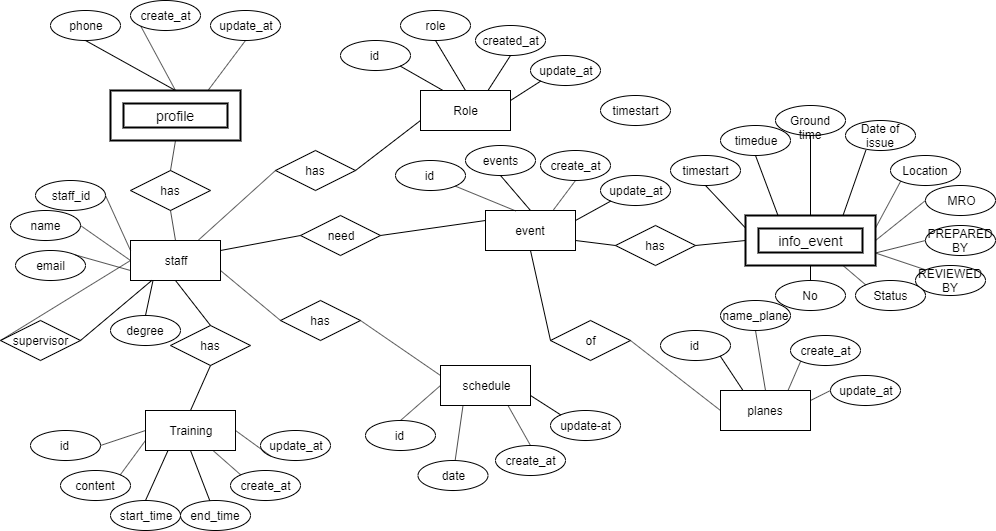
Tuan-Tran-Ngoc/serverApi keeps this draw.io diagram as document/ERD.png. Above is the earlier version. Source tidied: cells renumbered, new cells last; positions are measured from the earlier drawing's top-left corner, leaving out a move shared by most shapes.
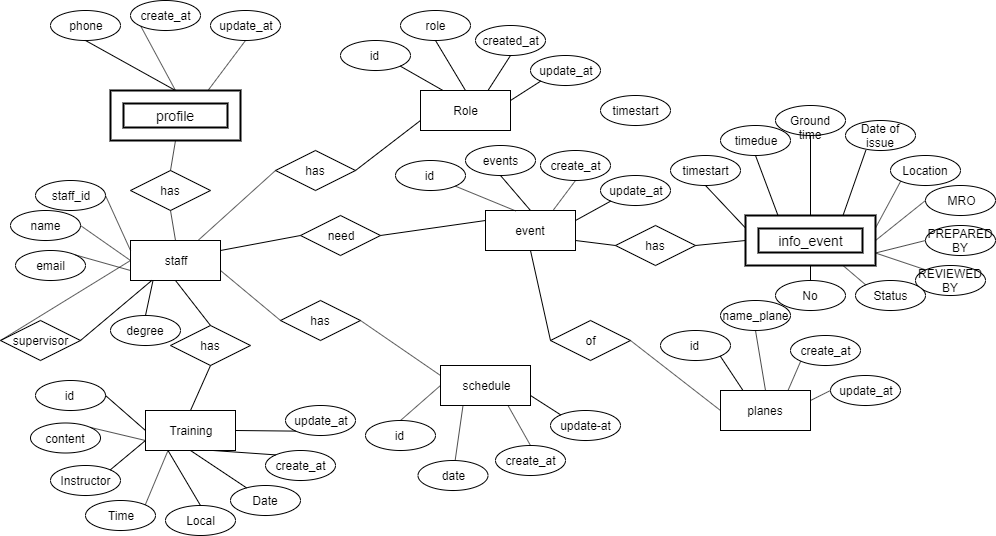
The same diagram one commit later.

The edit, as a diff of the source:
```diff
@@ -171,22 +171,22 @@
       <mxGeometry x="145" y="410" width="90" height="40" as="geometry" />
     </mxCell>
     <mxCell id="58" value="id&amp;nbsp;" style="ellipse;whiteSpace=wrap;html=1;" parent="1" vertex="1">
-      <mxGeometry x="30" y="430" width="70" height="30" as="geometry" />
+      <mxGeometry x="35" y="380" width="70" height="30" as="geometry" />
     </mxCell>
     <mxCell id="59" value="content" style="ellipse;whiteSpace=wrap;html=1;" parent="1" vertex="1">
-      <mxGeometry x="60" y="470" width="70" height="30" as="geometry" />
+      <mxGeometry x="30" y="422.5" width="70" height="30" as="geometry" />
     </mxCell>
     <mxCell id="60" value="create_at" style="ellipse;whiteSpace=wrap;html=1;" parent="1" vertex="1">
-      <mxGeometry x="230" y="470" width="70" height="30" as="geometry" />
+      <mxGeometry x="265" y="450" width="70" height="30" as="geometry" />
     </mxCell>
-    <mxCell id="61" value="end_time" style="ellipse;whiteSpace=wrap;html=1;" parent="1" vertex="1">
-      <mxGeometry x="180" y="500" width="70" height="30" as="geometry" />
+    <mxCell id="61" value="Date" style="ellipse;whiteSpace=wrap;html=1;" parent="1" vertex="1">
+      <mxGeometry x="230" y="485" width="70" height="30" as="geometry" />
     </mxCell>
-    <mxCell id="62" value="start_time" style="ellipse;whiteSpace=wrap;html=1;" parent="1" vertex="1">
-      <mxGeometry x="110" y="500" width="70" height="30" as="geometry" />
+    <mxCell id="62" value="Local" style="ellipse;whiteSpace=wrap;html=1;" parent="1" vertex="1">
+      <mxGeometry x="165" y="505" width="70" height="30" as="geometry" />
     </mxCell>
     <mxCell id="63" value="update_at" style="ellipse;whiteSpace=wrap;html=1;" parent="1" vertex="1">
-      <mxGeometry x="260" y="430" width="70" height="30" as="geometry" />
+      <mxGeometry x="285" y="405" width="70" height="30" as="geometry" />
     </mxCell>
     <mxCell id="64" style="endArrow=none;html=1;entryX=0.75;entryY=1;entryDx=0;entryDy=0;exitX=0;exitY=0;exitDx=0;exitDy=0;" parent="1" edge="1" source="60" target="57">
       <mxGeometry relative="1" as="geometry" />
@@ -337,5 +337,17 @@
     <mxCell id="112" style="endArrow=none;html=1;entryX=0;entryY=0;entryDx=0;entryDy=0;exitX=1;exitY=0.75;exitDx=0;exitDy=0;" parent="1" edge="1" source="89" target="99">
       <mxGeometry relative="1" as="geometry" />
     </mxCell>
+    <mxCell id="113" value="Instructor" style="ellipse;whiteSpace=wrap;html=1;" parent="1" vertex="1">
+      <mxGeometry x="50" y="465" width="70" height="30" as="geometry" />
+    </mxCell>
+    <mxCell id="114" value="Time" style="ellipse;whiteSpace=wrap;html=1;" parent="1" vertex="1">
+      <mxGeometry x="85" y="500" width="70" height="30" as="geometry" />
+    </mxCell>
+    <mxCell id="115" style="endArrow=none;html=1;entryX=0;entryY=0.75;entryDx=0;entryDy=0;exitX=1;exitY=0;exitDx=0;exitDy=0;" parent="1" edge="1" source="113" target="57">
+      <mxGeometry relative="1" as="geometry" />
+    </mxCell>
+    <mxCell id="116" style="endArrow=none;html=1;entryX=1;entryY=0;entryDx=0;entryDy=0;exitX=0.25;exitY=1;exitDx=0;exitDy=0;" parent="1" edge="1" source="57" target="114">
+      <mxGeometry relative="1" as="geometry" />
+    </mxCell>
   </root>
 </mxGraphModel>
```
